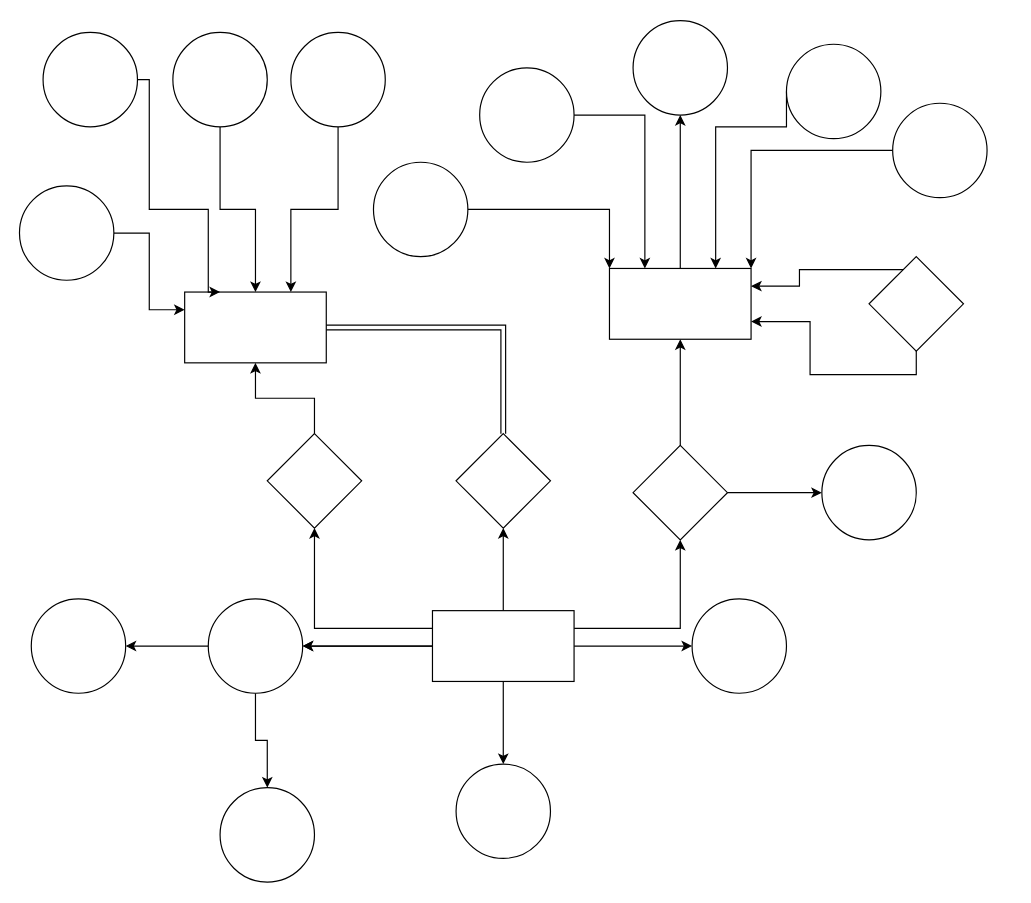
Above: asm1.drawio in xlvk/itcs285 (draw.io), before the change. Source tidied: cells renumbered, new cells numbered last; positions are measured from the earlier drawing's top-left corner, leaving out a move shared by most shapes. Both pictures are drawn from the tidied source at 118%, with x=0, y=0 at pixel (19, 20).
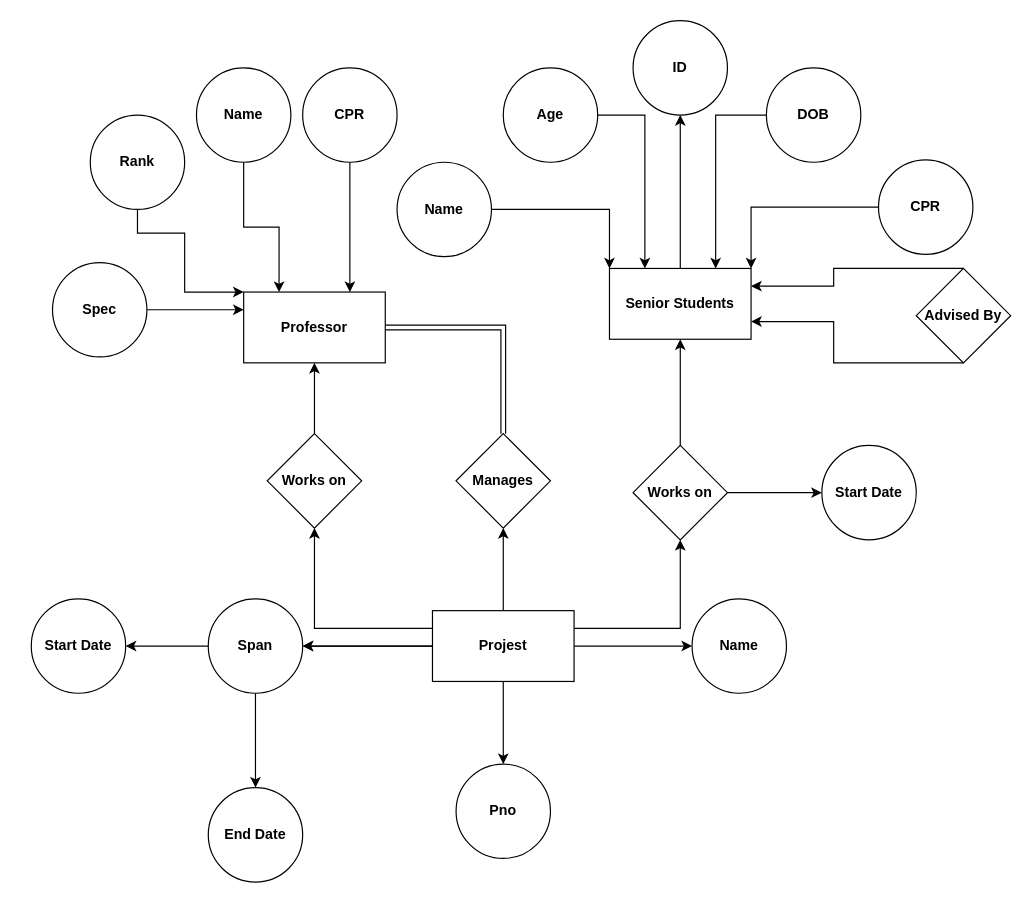
Above is the later version.

Diff of the diagram source:
```diff
@@
-    <mxCell id="9" style="rounded=0;whiteSpace=wrap;html=1;" parent="1" vertex="1">
+    <mxCell id="9" value="&lt;b&gt;Projest&lt;/b&gt;" style="rounded=0;whiteSpace=wrap;html=1;" parent="1" vertex="1">
       <mxGeometry x="350" y="500" width="120" height="60" as="geometry" />
     </mxCell>
@@
-    <mxCell id="12" style="ellipse;whiteSpace=wrap;html=1;rounded=0;" parent="1" vertex="1">
+    <mxCell id="12" value="&lt;b&gt;Span&lt;/b&gt;" style="ellipse;whiteSpace=wrap;html=1;rounded=0;" parent="1" vertex="1">
       <mxGeometry x="160" y="490" width="80" height="80" as="geometry" />
     </mxCell>
-    <mxCell id="13" style="ellipse;whiteSpace=wrap;html=1;rounded=0;" parent="1" vertex="1">
+    <mxCell id="13" value="&lt;b&gt;Pno&lt;/b&gt;" style="ellipse;whiteSpace=wrap;html=1;rounded=0;" parent="1" vertex="1">
       <mxGeometry x="370" y="630" width="80" height="80" as="geometry" />
     </mxCell>
-    <mxCell id="14" style="ellipse;whiteSpace=wrap;html=1;rounded=0;" parent="1" vertex="1">
+    <mxCell id="14" value="&lt;b&gt;Name&lt;/b&gt;" style="ellipse;whiteSpace=wrap;html=1;rounded=0;" parent="1" vertex="1">
       <mxGeometry x="570" y="490" width="80" height="80" as="geometry" />
     </mxCell>
-    <mxCell id="15" style="ellipse;whiteSpace=wrap;html=1;rounded=0;" parent="1" vertex="1">
-      <mxGeometry x="170" y="650" width="80" height="80" as="geometry" />
+    <mxCell id="15" value="&lt;b&gt;End Date&lt;/b&gt;" style="ellipse;whiteSpace=wrap;html=1;rounded=0;" parent="1" vertex="1">
+      <mxGeometry x="160" y="650" width="80" height="80" as="geometry" />
     </mxCell>
-    <mxCell id="16" style="ellipse;whiteSpace=wrap;html=1;rounded=0;" parent="1" vertex="1">
+    <mxCell id="16" value="&lt;b&gt;Start Date&lt;/b&gt;" style="ellipse;whiteSpace=wrap;html=1;rounded=0;" parent="1" vertex="1">
       <mxGeometry x="10" y="490" width="80" height="80" as="geometry" />
     </mxCell>
-    <mxCell id="17" style="rhombus;whiteSpace=wrap;html=1;rounded=0;" parent="1" vertex="1">
+    <mxCell id="17" value="&lt;b&gt;Manages&lt;/b&gt;" style="rhombus;whiteSpace=wrap;html=1;rounded=0;" parent="1" vertex="1">
       <mxGeometry x="370" y="350" width="80" height="80" as="geometry" />
     </mxCell>
@@
-    <mxCell id="19" style="rhombus;whiteSpace=wrap;html=1;" parent="1" vertex="1">
+    <mxCell id="19" value="&lt;b&gt;Works on&lt;/b&gt;" style="rhombus;whiteSpace=wrap;html=1;" parent="1" vertex="1">
       <mxGeometry x="210" y="350" width="80" height="80" as="geometry" />
     </mxCell>
@@
-    <mxCell id="22" style="rhombus;whiteSpace=wrap;html=1;" parent="1" vertex="1">
+    <mxCell id="22" value="&lt;b&gt;Works on&lt;/b&gt;" style="rhombus;whiteSpace=wrap;html=1;" parent="1" vertex="1">
       <mxGeometry x="520" y="360" width="80" height="80" as="geometry" />
     </mxCell>
-    <mxCell id="23" style="ellipse;whiteSpace=wrap;html=1;" parent="1" vertex="1">
+    <mxCell id="23" value="&lt;b&gt;Start Date&lt;/b&gt;" style="ellipse;whiteSpace=wrap;html=1;" parent="1" vertex="1">
       <mxGeometry x="680" y="360" width="80" height="80" as="geometry" />
     </mxCell>
@@
-    <mxCell id="25" style="whiteSpace=wrap;html=1;" parent="1" vertex="1">
+    <mxCell id="25" value="&lt;b&gt;Senior Students&lt;/b&gt;" style="whiteSpace=wrap;html=1;" parent="1" vertex="1">
       <mxGeometry x="500" y="210" width="120" height="60" as="geometry" />
     </mxCell>
-    <mxCell id="26" style="edgeStyle=orthogonalEdgeStyle;rounded=0;jettySize=auto;html=1;entryX=1;entryY=0.75;entryDx=0;entryDy=0;exitX=0.5;exitY=1;exitDx=0;exitDy=0;" parent="1" edge="1" source="28" target="25">
-      <mxGeometry relative="1" as="geometry" />
-    </mxCell>
-    <mxCell id="27" style="edgeStyle=orthogonalEdgeStyle;rounded=0;jettySize=auto;html=1;entryX=1;entryY=0.25;entryDx=0;entryDy=0;" parent="1" edge="1" target="25">
-      <mxGeometry relative="1" as="geometry">
-        <mxPoint x="760" y="210" as="sourcePoint" />
-        <Array as="points">
-          <mxPoint x="760" y="211" />
-          <mxPoint x="661" y="211" />
-          <mxPoint x="661" y="225" />
-        </Array>
-      </mxGeometry>
-    </mxCell>
+    <mxCell id="48" style="edgeStyle=orthogonalEdgeStyle;rounded=0;jettySize=auto;html=1;exitX=0.5;exitY=0;exitDx=0;exitDy=0;entryX=1;entryY=0.25;entryDx=0;entryDy=0;" parent="1" edge="1" source="28" target="25">
+      <mxGeometry relative="1" as="geometry">
+        <Array as="points">
+          <mxPoint x="690" y="210" />
+          <mxPoint x="690" y="225" />
+        </Array>
+      </mxGeometry>
+    </mxCell>
+    <mxCell id="49" style="edgeStyle=orthogonalEdgeStyle;rounded=0;jettySize=auto;html=1;exitX=0.5;exitY=1;exitDx=0;exitDy=0;entryX=1;entryY=0.75;entryDx=0;entryDy=0;" parent="1" edge="1" source="28" target="25">
+      <mxGeometry relative="1" as="geometry">
+        <Array as="points">
+          <mxPoint x="690" y="290" />
+          <mxPoint x="690" y="255" />
+        </Array>
+      </mxGeometry>
+    </mxCell>
-    <mxCell id="28" style="rhombus;whiteSpace=wrap;html=1;" parent="1" vertex="1">
-      <mxGeometry x="720" y="200" width="80" height="80" as="geometry" />
+    <mxCell id="28" value="&lt;b&gt;Advised By&lt;/b&gt;" style="rhombus;whiteSpace=wrap;html=1;" parent="1" vertex="1">
+      <mxGeometry x="760" y="210" width="80" height="80" as="geometry" />
     </mxCell>
-    <mxCell id="29" style="ellipse;whiteSpace=wrap;html=1;" parent="1" vertex="1">
+    <mxCell id="29" value="&lt;b&gt;ID&lt;/b&gt;" style="ellipse;whiteSpace=wrap;html=1;" parent="1" vertex="1">
       <mxGeometry x="520" width="80" height="80" as="geometry" />
     </mxCell>
@@
-    <mxCell id="31" style="ellipse;whiteSpace=wrap;html=1;" parent="1" vertex="1">
-      <mxGeometry x="300" y="120" width="80" height="80" as="geometry" />
+    <mxCell id="31" value="&lt;b&gt;Name&lt;/b&gt;" style="ellipse;whiteSpace=wrap;html=1;" parent="1" vertex="1">
+      <mxGeometry x="320" y="120" width="80" height="80" as="geometry" />
     </mxCell>
@@
-    <mxCell id="33" style="ellipse;whiteSpace=wrap;html=1;" parent="1" vertex="1">
-      <mxGeometry x="740" y="70" width="80" height="80" as="geometry" />
+    <mxCell id="33" value="&lt;b&gt;CPR&lt;/b&gt;" style="ellipse;whiteSpace=wrap;html=1;" parent="1" vertex="1">
+      <mxGeometry x="728" y="118" width="80" height="80" as="geometry" />
     </mxCell>
@@
-    <mxCell id="35" style="ellipse;whiteSpace=wrap;html=1;" parent="1" vertex="1">
-      <mxGeometry x="390" y="40" width="80" height="80" as="geometry" />
+    <mxCell id="35" value="&lt;b&gt;Age&lt;/b&gt;" style="ellipse;whiteSpace=wrap;html=1;" parent="1" vertex="1">
+      <mxGeometry x="410" y="40" width="80" height="80" as="geometry" />
     </mxCell>
     <mxCell id="36" style="edgeStyle=orthogonalEdgeStyle;rounded=0;jettySize=auto;html=1;entryX=0.75;entryY=0;entryDx=0;entryDy=0;exitX=0;exitY=0.5;exitDx=0;exitDy=0;" parent="1" edge="1" source="37" target="25">
       <mxGeometry relative="1" as="geometry">
         <Array as="points">
-          <mxPoint x="650" y="90" />
-          <mxPoint x="590" y="90" />
+          <mxPoint x="590" y="80" />
         </Array>
       </mxGeometry>
     </mxCell>
-    <mxCell id="37" style="ellipse;whiteSpace=wrap;html=1;" parent="1" vertex="1">
-      <mxGeometry x="650" y="20" width="80" height="80" as="geometry" />
+    <mxCell id="37" value="&lt;b&gt;DOB&lt;/b&gt;" style="ellipse;whiteSpace=wrap;html=1;" parent="1" vertex="1">
+      <mxGeometry x="633" y="40" width="80" height="80" as="geometry" />
     </mxCell>
-    <mxCell id="38" style="rounded=0;whiteSpace=wrap;html=1;" parent="1" vertex="1">
-      <mxGeometry x="140" y="230" width="120" height="60" as="geometry" />
+    <mxCell id="38" value="&lt;b&gt;Professor&lt;/b&gt;" style="rounded=0;whiteSpace=wrap;html=1;" parent="1" vertex="1">
+      <mxGeometry x="190" y="230" width="120" height="60" as="geometry" />
     </mxCell>
@@
-    <mxCell id="41" style="ellipse;whiteSpace=wrap;html=1;" parent="1" vertex="1">
-      <mxGeometry y="140" width="80" height="80" as="geometry" />
+    <mxCell id="41" value="&lt;b&gt;Spec&lt;/b&gt;" style="ellipse;whiteSpace=wrap;html=1;" parent="1" vertex="1">
+      <mxGeometry x="28" y="205" width="80" height="80" as="geometry" />
     </mxCell>
-    <mxCell id="42" style="edgeStyle=orthogonalEdgeStyle;rounded=0;jettySize=auto;html=1;entryX=0.25;entryY=0;entryDx=0;entryDy=0;" parent="1" edge="1" source="43" target="38">
+    <mxCell id="42" style="edgeStyle=orthogonalEdgeStyle;rounded=0;jettySize=auto;html=1;entryX=0;entryY=0;entryDx=0;entryDy=0;" parent="1" edge="1" source="43" target="38">
       <mxGeometry relative="1" as="geometry">
         <Array as="points">
-          <mxPoint x="110" y="50" />
-          <mxPoint x="110" y="160" />
-          <mxPoint x="160" y="160" />
-          <mxPoint x="160" y="230" />
+          <mxPoint x="100" y="180" />
+          <mxPoint x="140" y="180" />
+          <mxPoint x="140" y="230" />
         </Array>
       </mxGeometry>
     </mxCell>
-    <mxCell id="43" style="ellipse;whiteSpace=wrap;html=1;" parent="1" vertex="1">
-      <mxGeometry x="20" y="10" width="80" height="80" as="geometry" />
+    <mxCell id="43" value="&lt;b&gt;Rank&lt;/b&gt;" style="ellipse;whiteSpace=wrap;html=1;" parent="1" vertex="1">
+      <mxGeometry x="60" y="80" width="80" height="80" as="geometry" />
     </mxCell>
-    <mxCell id="44" style="edgeStyle=orthogonalEdgeStyle;rounded=0;jettySize=auto;html=1;entryX=0.5;entryY=0;entryDx=0;entryDy=0;" parent="1" edge="1" source="45" target="38">
+    <mxCell id="44" style="edgeStyle=orthogonalEdgeStyle;rounded=0;jettySize=auto;html=1;entryX=0.25;entryY=0;entryDx=0;entryDy=0;" parent="1" edge="1" source="45" target="38">
       <mxGeometry relative="1" as="geometry" />
     </mxCell>
-    <mxCell id="45" style="ellipse;whiteSpace=wrap;html=1;" parent="1" vertex="1">
-      <mxGeometry x="130" y="10" width="80" height="80" as="geometry" />
+    <mxCell id="45" value="&lt;b&gt;Name&lt;/b&gt;" style="ellipse;whiteSpace=wrap;html=1;" parent="1" vertex="1">
+      <mxGeometry x="150" y="40" width="80" height="80" as="geometry" />
     </mxCell>
@@
-    <mxCell id="47" style="ellipse;whiteSpace=wrap;html=1;" parent="1" vertex="1">
-      <mxGeometry x="230" y="10" width="80" height="80" as="geometry" />
+    <mxCell id="47" value="&lt;b&gt;CPR&lt;/b&gt;" style="ellipse;whiteSpace=wrap;html=1;" parent="1" vertex="1">
+      <mxGeometry x="240" y="40" width="80" height="80" as="geometry" />
     </mxCell>
```
